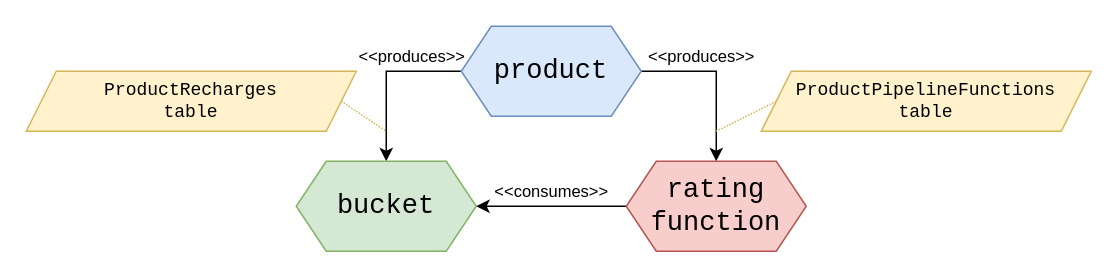
The draw.io diagram p2b.drawio in arturd2/diagrams, before the edit. Source tidied: cells renumbered, new cells numbered last; positions are measured from the earlier drawing's top-left corner, leaving out a move shared by most shapes. Both pictures are drawn from the tidied source at 150%, with x=0, y=0 at pixel (26, 26).
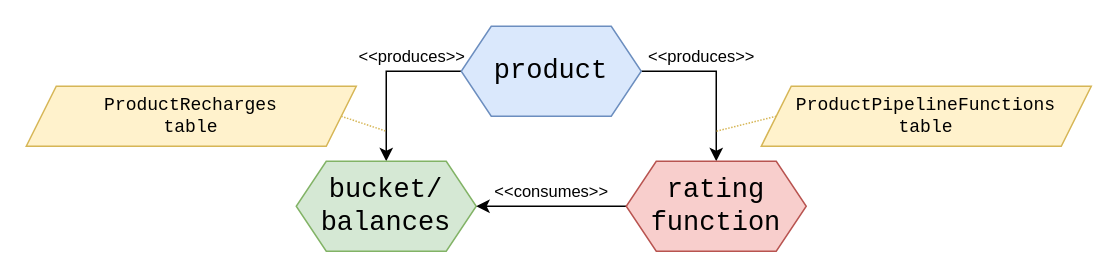
The same page after the edit.

What changed in the source:
```diff
@@
 <mxGraphModel>
   <root>
     <mxCell id="0" />
     <mxCell id="1" parent="0" />
     <mxCell id="2" value="&amp;lt;&amp;lt;produces&amp;gt;&amp;gt;" style="edgeStyle=orthogonalEdgeStyle;rounded=0;jettySize=auto;html=1;exitX=0;exitY=0.5;exitDx=0;exitDy=0;" parent="1" edge="1" source="4" target="5">
       <mxGeometry x="-0.4" y="-10" relative="1" as="geometry" />
     </mxCell>
     <mxCell id="3" value="&amp;lt;&amp;lt;produces&amp;gt;&amp;gt;" style="edgeStyle=orthogonalEdgeStyle;rounded=0;jettySize=auto;html=1;exitX=1;exitY=0.5;exitDx=0;exitDy=0;entryX=0.5;entryY=0;entryDx=0;entryDy=0;" parent="1" edge="1" source="4" target="7">
       <mxGeometry x="-0.27" y="10" relative="1" as="geometry" />
     </mxCell>
     <mxCell id="4" value="&lt;font style=&quot;font-size: 18px;&quot; face=&quot;Courier New&quot;&gt;product&lt;/font&gt;" style="shape=hexagon;perimeter=hexagonPerimeter2;whiteSpace=wrap;html=1;fixedSize=1;fillColor=#dae8fc;strokeColor=#6c8ebf;" parent="1" vertex="1">
       <mxGeometry x="290" width="120" height="60" as="geometry" />
     </mxCell>
-    <mxCell id="5" value="&lt;font style=&quot;font-size: 18px;&quot; face=&quot;Courier New&quot;&gt;bucket&lt;/font&gt;" style="shape=hexagon;perimeter=hexagonPerimeter2;whiteSpace=wrap;html=1;fixedSize=1;fillColor=#d5e8d4;strokeColor=#82b366;" parent="1" vertex="1">
+    <mxCell id="5" value="&lt;font style=&quot;font-size: 18px;&quot; face=&quot;Courier New&quot;&gt;bucket/&lt;br&gt;balances&lt;/font&gt;" style="shape=hexagon;perimeter=hexagonPerimeter2;whiteSpace=wrap;html=1;fixedSize=1;fillColor=#d5e8d4;strokeColor=#82b366;" parent="1" vertex="1">
       <mxGeometry x="180" y="90" width="120" height="60" as="geometry" />
     </mxCell>
     <mxCell id="6" value="&amp;lt;&amp;lt;consumes&amp;gt;&amp;gt;" style="edgeStyle=orthogonalEdgeStyle;rounded=0;jettySize=auto;html=1;exitX=0;exitY=0.5;exitDx=0;exitDy=0;entryX=1;entryY=0.5;entryDx=0;entryDy=0;" parent="1" edge="1" source="7" target="5">
       <mxGeometry y="-10" relative="1" as="geometry" />
     </mxCell>
     <mxCell id="7" value="&lt;font style=&quot;font-size: 18px;&quot; face=&quot;Courier New&quot;&gt;rating&lt;br&gt;function&lt;/font&gt;" style="shape=hexagon;perimeter=hexagonPerimeter2;whiteSpace=wrap;html=1;fixedSize=1;fillColor=#f8cecc;strokeColor=#b85450;" parent="1" vertex="1">
       <mxGeometry x="400" y="90" width="120" height="60" as="geometry" />
     </mxCell>
     <mxCell id="8" value="ProductPipelineFunctions&lt;br&gt;table" style="shape=parallelogram;perimeter=parallelogramPerimeter;whiteSpace=wrap;html=1;fixedSize=1;fillColor=#fff2cc;strokeColor=#d6b656;fontFamily=Courier New;" parent="1" vertex="1">
-      <mxGeometry x="490" y="30" width="220" height="40" as="geometry" />
+      <mxGeometry x="490" y="40" width="220" height="40" as="geometry" />
     </mxCell>
     <mxCell id="9" style="rounded=0;jettySize=auto;html=1;exitX=1;exitY=0.5;exitDx=0;exitDy=0;endArrow=none;endFill=0;dashed=1;dashPattern=1 1;fillColor=#fff2cc;strokeColor=#d6b656;" parent="1" edge="1" source="10">
       <mxGeometry relative="1" as="geometry">
         <mxPoint x="240" y="70" as="targetPoint" />
       </mxGeometry>
     </mxCell>
     <mxCell id="10" value="ProductRecharges&lt;br&gt;table" style="shape=parallelogram;perimeter=parallelogramPerimeter;whiteSpace=wrap;html=1;fixedSize=1;fillColor=#fff2cc;strokeColor=#d6b656;fontFamily=Courier New;" parent="1" vertex="1">
-      <mxGeometry y="30" width="220" height="40" as="geometry" />
+      <mxGeometry y="40" width="220" height="40" as="geometry" />
     </mxCell>
     <mxCell id="11" style="rounded=0;jettySize=auto;html=1;exitX=0;exitY=0.5;exitDx=0;exitDy=0;endArrow=none;endFill=0;dashed=1;dashPattern=1 1;fillColor=#fff2cc;strokeColor=#d6b656;" parent="1" edge="1" source="8">
       <mxGeometry relative="1" as="geometry">
         <mxPoint x="460" y="70" as="targetPoint" />
       </mxGeometry>
     </mxCell>
   </root>
 </mxGraphModel>
```
